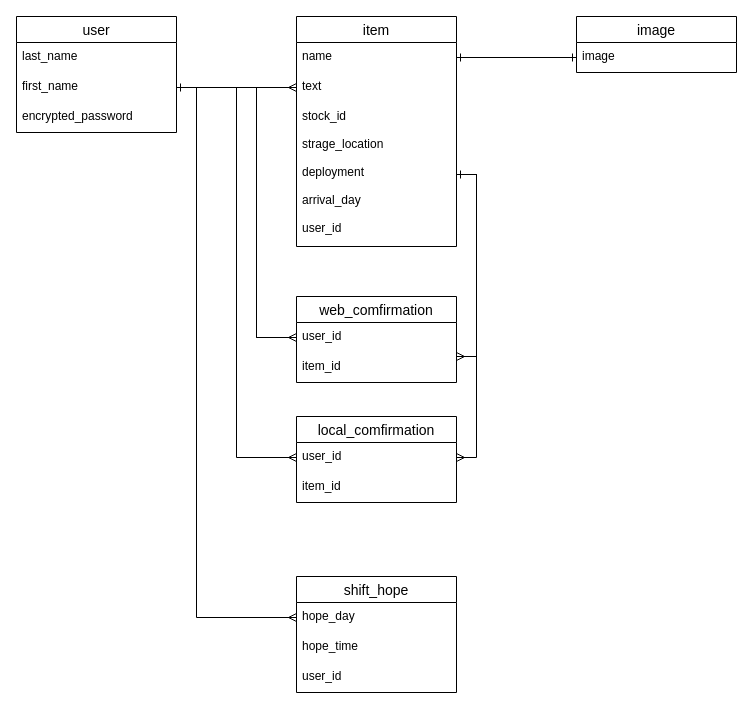
Earlier version of the draw.io diagram ER.dio (nakakou0703/kyo_yu_2021). Source tidied: cells renumbered, new cells numbered last; positions are measured from the earlier drawing's top-left corner, leaving out a move shared by most shapes. Both pictures are drawn from the tidied source at 100%, with x=0, y=0 at pixel (16, 16).
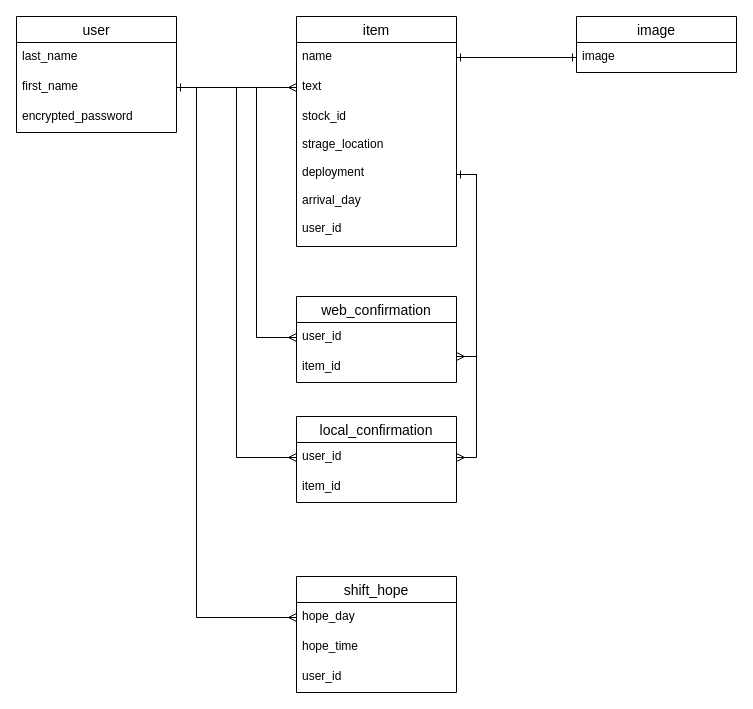
After the change.

Diff of the diagram source:
```diff
@@
-    <mxCell id="12" value="web_comfirmation" style="swimlane;fontStyle=0;horizontal=1;startSize=26;align=center;fontSize=14;" parent="1" vertex="1">
+    <mxCell id="12" value="web_confirmation" style="swimlane;fontStyle=0;horizontal=1;startSize=26;align=center;fontSize=14;" parent="1" vertex="1">
       <mxGeometry x="280" y="280" width="160" height="86" as="geometry" />
     </mxCell>
@@
-    <mxCell id="27" value="local_comfirmation" style="swimlane;fontStyle=0;horizontal=1;startSize=26;align=center;fontSize=14;" parent="1" vertex="1">
+    <mxCell id="27" value="local_confirmation" style="swimlane;fontStyle=0;horizontal=1;startSize=26;align=center;fontSize=14;" parent="1" vertex="1">
       <mxGeometry x="280" y="400" width="160" height="86" as="geometry" />
     </mxCell>
```
